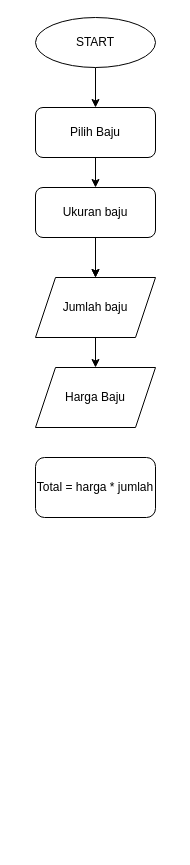
The draw.io diagram flowchart.drawio in forentinasujayanti/forentina_sujayanti-kalkulator_kasir_baju, before the edit. Source tidied: cells renumbered, new cells numbered last; positions are measured from the earlier drawing's top-left corner, leaving out a move shared by most shapes. Both pictures are drawn from the tidied source at 100%, with x=0, y=0 at pixel (35, 17).
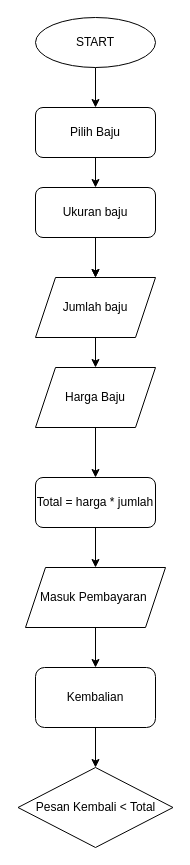
The same diagram, later.

Commit message:
inisialisasi Pengkondisian

The change refers to these unchanged cells:
```xml
<mxCell id="9" value="Harga Baju" style="shape=parallelogram;perimeter=parallelogramPerimeter;whiteSpace=wrap;html=1;fixedSize=1;" parent="1" vertex="1">
  <mxGeometry y="350" width="120" height="60" as="geometry" />
</mxCell>
```

What changed in the source:
```diff
@@
+    <mxCell id="13" style="edgeStyle=none;html=1;" parent="1" edge="1" source="9">
+      <mxGeometry relative="1" as="geometry">
+        <mxPoint x="60" y="460" as="targetPoint" />
+      </mxGeometry>
+    </mxCell>
@@
-    <mxCell id="10" value="Total = harga * jumlah" style="rounded=1;whiteSpace=wrap;html=1;" parent="1" vertex="1">
-      <mxGeometry y="440" width="120" height="60" as="geometry" />
-    </mxCell>
@@
+    <mxCell id="14" value="Pesan Kembali &amp;lt; Total" style="rhombus;whiteSpace=wrap;html=1;" parent="1" vertex="1">
+      <mxGeometry x="-17.5" y="750" width="155" height="80" as="geometry" />
+    </mxCell>
+    <mxCell id="15" style="edgeStyle=none;html=1;" parent="1" edge="1" source="16" target="18">
+      <mxGeometry relative="1" as="geometry" />
+    </mxCell>
+    <mxCell id="16" value="Masuk Pembayaran&amp;nbsp;" style="shape=parallelogram;perimeter=parallelogramPerimeter;whiteSpace=wrap;html=1;fixedSize=1;" parent="1" vertex="1">
+      <mxGeometry x="-10" y="550" width="140" height="60" as="geometry" />
+    </mxCell>
+    <mxCell id="17" style="edgeStyle=none;html=1;" parent="1" edge="1" source="18" target="14">
+      <mxGeometry relative="1" as="geometry" />
+    </mxCell>
+    <mxCell id="18" value="Kembalian" style="rounded=1;whiteSpace=wrap;html=1;" parent="1" vertex="1">
+      <mxGeometry y="650" width="120" height="60" as="geometry" />
+    </mxCell>
+    <mxCell id="19" style="edgeStyle=none;html=1;" parent="1" edge="1" source="10" target="16">
+      <mxGeometry relative="1" as="geometry" />
+    </mxCell>
+    <mxCell id="10" value="Total = harga * jumlah" style="rounded=1;whiteSpace=wrap;html=1;" parent="1" vertex="1">
+      <mxGeometry y="460" width="120" height="50" as="geometry" />
+    </mxCell>
```
